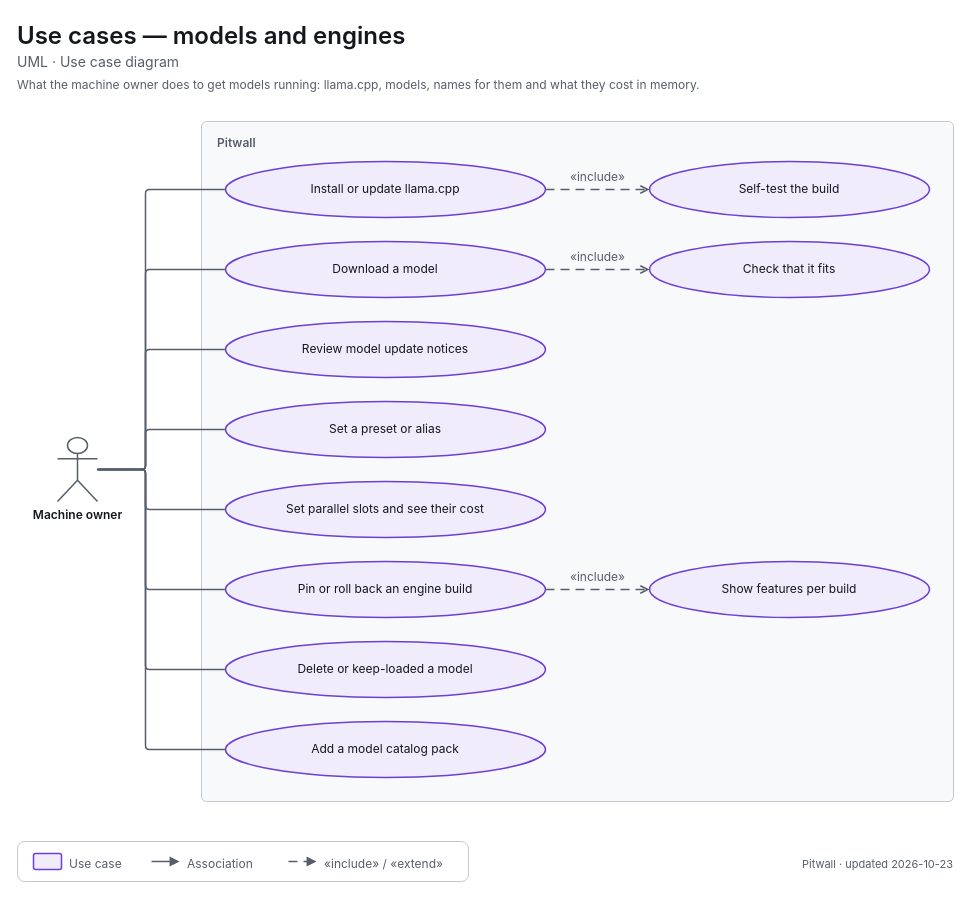
This is apps/pitwall/docs/diagrams/uml-use-cases-library.drawio from decryp7/paddock, a draw.io file, before an edit. Source tidied: cells renumbered, new cells numbered last; positions are measured from the earlier drawing's top-left corner, leaving out a move shared by most shapes. Both pictures are drawn from the tidied source at 100%, with x=0, y=0 at pixel (17, 17).
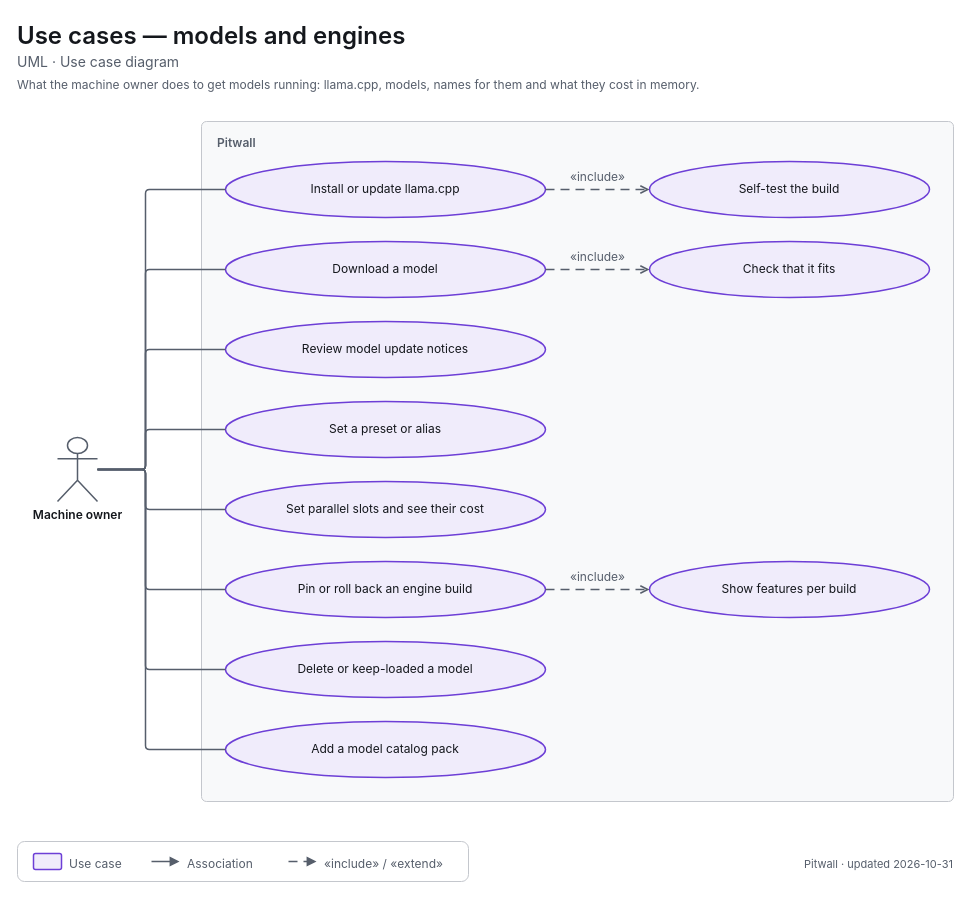
The same page after the edit.

Diff of the diagram source:
```diff
@@
-    <mxCell id="39" value="&lt;span style=&quot;font-size:11px;font-weight:400&quot;&gt;Pitwall · updated 2026-10-23&lt;/span&gt;" style="html=1;whiteSpace=wrap;fontFamily=-apple-system,BlinkMacSystemFont,Segoe UI,system-ui,sans-serif;fontSize=12;fontColor=light-dark(#14171C,#ECEEF1);text;strokeColor=none;fillColor=none;align=right;verticalAlign=top;spacing=0;fontColor=light-dark(#565E6B,#A0A7B2);" parent="1" vertex="1">
+    <mxCell id="39" value="&lt;span style=&quot;font-size:11px;font-weight:400&quot;&gt;Pitwall · updated 2026-10-31&lt;/span&gt;" style="html=1;whiteSpace=wrap;fontFamily=-apple-system,BlinkMacSystemFont,Segoe UI,system-ui,sans-serif;fontSize=12;fontColor=light-dark(#14171C,#ECEEF1);text;strokeColor=none;fillColor=none;align=right;verticalAlign=top;spacing=0;fontColor=light-dark(#565E6B,#A0A7B2);" parent="1" vertex="1">
       <mxGeometry x="576" y="835" width="360" height="18" as="geometry" />
     </mxCell>
```
